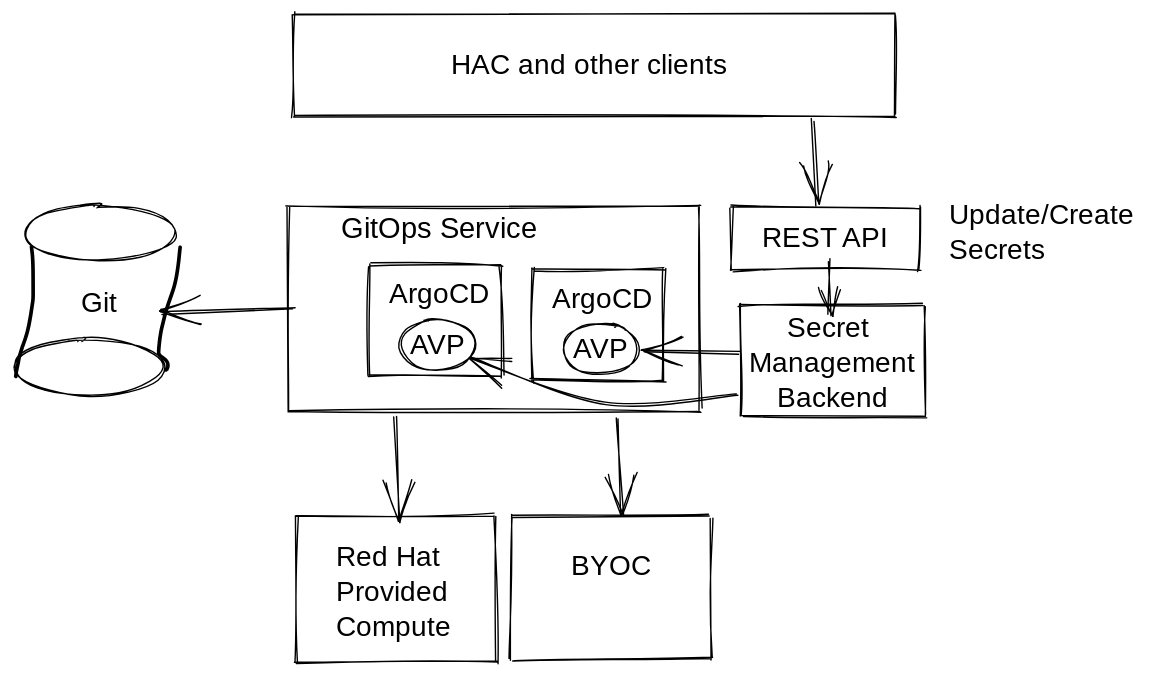
konflux-ci/architecture keeps this Excalidraw diagram as diagrams/secret-mgmt.excalidraw.svg. Above is the earlier version. Source tidied: one line per element, renumbered; positions are measured from the earlier drawing's top-left corner, leaving out a move shared by most shapes. The source it was exported from:
```json
{"id": 0, "type": "rectangle", "strokeColor": "#000000", "strokeWidth": 1, "roughness": 1, "x": 200, "y": 0, "width": 430, "height": 73}
{"id": 1, "type": "text", "text": "HAC and other clients", "strokeColor": "#000000", "strokeWidth": 1, "roughness": 1, "fontSize": 20, "fontFamily": 1, "x": 312, "y": 25, "width": 217, "height": 25}
{"id": 2, "type": "rectangle", "strokeColor": "#000000", "strokeWidth": 1, "roughness": 1, "x": 519, "y": 208, "width": 131, "height": 79}
{"id": 3, "type": "text", "text": "Secret \nManagement\nBackend", "strokeColor": "#000000", "strokeWidth": 1, "roughness": 1, "fontSize": 20, "fontFamily": 1, "textAlign": "center", "verticalAlign": "middle", "inside": 2, "x": 526, "y": 213, "width": 118, "height": 75}
{"id": 4, "type": "rectangle", "strokeColor": "#000000", "strokeWidth": 1, "roughness": 1, "x": 195, "y": 137, "width": 294, "height": 146}
{"id": 5, "type": "text", "text": "GitOps Service", "strokeColor": "#000000", "strokeWidth": 1, "roughness": 1, "fontSize": 20.4, "fontFamily": 1, "x": 233, "y": 142, "width": 149, "height": 26}
{"id": 6, "type": "arrow", "strokeColor": "#000000", "strokeWidth": 1, "roughness": 1, "endArrowhead": "arrow", "from": 0, "to": 22, "x": 570, "y": 76, "width": 4, "height": 60, "points": [[0, 0], [4, 60]]}
{"id": 7, "type": "arrow", "strokeColor": "#000000", "strokeWidth": 1, "roughness": 1, "endArrowhead": "arrow", "from": 4, "to": 25, "x": 518, "y": 242, "width": 69, "height": 1, "points": [[0, 0], [-69, -1]]}
{"id": 8, "type": "rectangle", "strokeColor": "#000000", "strokeWidth": 1, "roughness": 1, "x": 201, "y": 359, "width": 143, "height": 104}
{"id": 9, "type": "rectangle", "strokeColor": "#000000", "strokeWidth": 1, "roughness": 1, "x": 355, "y": 359, "width": 142, "height": 102}
{"id": 10, "type": "arrow", "strokeColor": "#000000", "strokeWidth": 1, "roughness": 1, "endArrowhead": "arrow", "from": 4, "to": 12, "x": 272, "y": 287, "width": 3, "height": 73, "points": [[0, 0], [3, 73]]}
{"id": 11, "type": "arrow", "strokeColor": "#000000", "strokeWidth": 1, "roughness": 1, "endArrowhead": "arrow", "from": 4, "to": 9, "x": 431, "y": 288, "width": 3, "height": 69, "points": [[0, 0], [3, 69]]}
{"id": 12, "type": "text", "text": "Red Hat\nProvided\nCompute", "strokeColor": "#000000", "strokeWidth": 1, "roughness": 1, "fontSize": 20, "fontFamily": 1, "x": 230, "y": 376, "width": 83, "height": 75}
{"id": 13, "type": "text", "text": "BYOC", "strokeColor": "#000000", "strokeWidth": 1, "roughness": 1, "fontSize": 20, "fontFamily": 1, "x": 398, "y": 383, "width": 54, "height": 25}
{"id": 14, "type": "ellipse", "strokeColor": "#000000", "strokeWidth": 1, "roughness": 1, "x": 8, "y": 137, "width": 107, "height": 40}
{"id": 15, "type": "ellipse", "strokeColor": "#000000", "strokeWidth": 1, "roughness": 1, "x": 0, "y": 233, "width": 107, "height": 40}
{"id": 16, "type": "freedraw", "strokeColor": "#000000", "strokeWidth": 1, "roughness": 1, "x": 119, "y": 167, "width": 15, "height": 89, "points": [[0, 0], [-1, 6], [-2, 14], [-3, 23], [-5, 30], [-8, 39], [-10, 46], [-12, 52], [-13, 58], [-14, 63], [-15, 69], [-15, 72], [-15, 75], [-15, 76], [-15, 77], [-13, 78], [-12, 79], [-10, 80], [-10, 81], [-10, 81], [-9, 82], [-9, 82], [-9, 83], [-9, 84], [-9, 85], [-10, 88], [-10, 89], [-10, 89], [-10, 89], [-10, 88]]}
{"id": 17, "type": "freedraw", "strokeColor": "#000000", "strokeWidth": 1, "roughness": 1, "x": 12, "y": 166, "width": 13, "height": 95, "points": [[0, 0], [1, 5], [1, 9], [1, 14], [1, 18], [1, 23], [1, 26], [1, 31], [1, 36], [1, 40], [0, 43], [0, 46], [-1, 49], [-1, 53], [-2, 55], [-2, 58], [-3, 61], [-4, 64], [-5, 67], [-5, 68], [-6, 70], [-7, 73], [-8, 75], [-8, 78], [-9, 80], [-9, 82], [-10, 84], [-10, 86], [-10, 87], [-11, 88], [-11, 89], [-11, 90], [-11, 92], [-11, 92], [-11, 93], [-11, 94], [-11, 95], [-11, 95], [-11, 94], [-11, 93], [-11, 92]]}
{"id": 18, "type": "arrow", "strokeColor": "#000000", "strokeWidth": 1, "roughness": 1, "endArrowhead": "arrow", "x": 200, "y": 210, "width": 94, "height": 4, "points": [[0, 0], [-94, 4]]}
{"id": 19, "type": "rectangle", "strokeColor": "#000000", "strokeWidth": 1, "roughness": 1, "x": 370, "y": 182, "width": 95, "height": 80}
{"id": 20, "type": "text", "text": "Git", "strokeColor": "#000000", "strokeWidth": 1, "roughness": 1, "fontSize": 20, "fontFamily": 1, "x": 48, "y": 195, "width": 33, "height": 25}
{"id": 21, "type": "text", "text": "Update/Create\nSecrets", "strokeColor": "#000000", "strokeWidth": 1, "roughness": 1, "fontSize": 20, "fontFamily": 1, "x": 668, "y": 132, "width": 150, "height": 50}
{"id": 22, "type": "rectangle", "strokeColor": "#000000", "strokeWidth": 1, "roughness": 1, "x": 512, "y": 138, "width": 135, "height": 44}
{"id": 23, "type": "text", "text": "REST API", "strokeColor": "#000000", "strokeWidth": 1, "roughness": 1, "fontSize": 20, "fontFamily": 1, "textAlign": "center", "verticalAlign": "middle", "inside": 22, "x": 527, "y": 149, "width": 105, "height": 25}
{"id": 24, "type": "arrow", "strokeColor": "#000000", "strokeWidth": 1, "roughness": 1, "endArrowhead": "arrow", "x": 582, "y": 176, "width": 0, "height": 40, "points": [[0, 0], [0, 40]]}
{"id": 25, "type": "ellipse", "strokeColor": "#000000", "strokeWidth": 1, "roughness": 1, "x": 392, "y": 221, "width": 53, "height": 37}
{"id": 26, "type": "text", "text": "AVP", "strokeColor": "#000000", "strokeWidth": 1, "roughness": 1, "fontSize": 20, "fontFamily": 1, "textAlign": "center", "verticalAlign": "middle", "inside": 25, "x": 399, "y": 228, "width": 39, "height": 25}
{"id": 27, "type": "text", "text": "ArgoCD", "strokeColor": "#000000", "strokeWidth": 1, "roughness": 1, "fontSize": 20, "fontFamily": 1, "x": 384, "y": 192, "width": 73, "height": 25}
{"id": 28, "type": "rectangle", "strokeColor": "#000000", "strokeWidth": 1, "roughness": 1, "x": 253, "y": 179, "width": 95, "height": 80}
{"id": 29, "type": "ellipse", "strokeColor": "#000000", "strokeWidth": 1, "roughness": 1, "x": 276, "y": 218, "width": 53, "height": 37}
{"id": 30, "type": "text", "text": "AVP", "strokeColor": "#000000", "strokeWidth": 1, "roughness": 1, "fontSize": 20, "fontFamily": 1, "textAlign": "center", "verticalAlign": "middle", "inside": 29, "x": 283, "y": 225, "width": 39, "height": 25}
{"id": 31, "type": "text", "text": "ArgoCD", "strokeColor": "#000000", "strokeWidth": 1, "roughness": 1, "fontSize": 20, "fontFamily": 1, "x": 268, "y": 189, "width": 73, "height": 25}
{"id": 32, "type": "arrow", "strokeColor": "#000000", "strokeWidth": 1, "roughness": 1, "endArrowhead": "arrow", "from": 4, "x": 516, "y": 272, "width": 192, "height": 33, "points": [[0, 0], [-95, 6], [-192, -27]]}
```
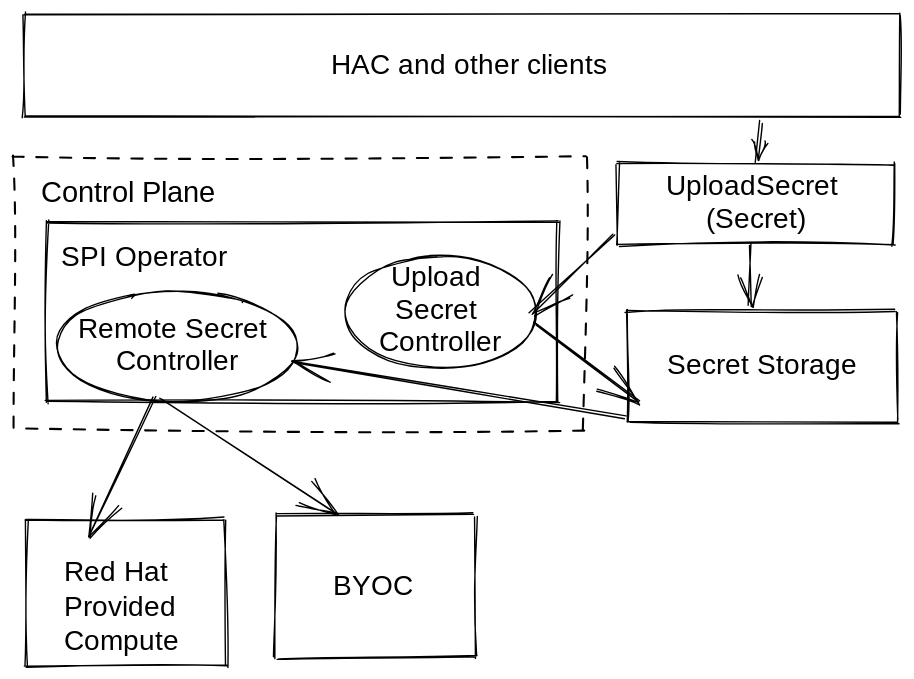
After the change.

The edit, as a diff of the source:
```diff
@@ -1,33 +1,25 @@
-{"id": 0, "type": "rectangle", "strokeColor": "#000000", "strokeWidth": 1, "roughness": 1, "x": 200, "y": 0, "width": 430, "height": 73}
+{"id": 0, "type": "rectangle", "strokeColor": "#000000", "strokeWidth": 1, "roughness": 1, "x": 89, "y": -14, "width": 626, "height": 73}
-{"id": 1, "type": "text", "text": "HAC and other clients", "strokeColor": "#000000", "strokeWidth": 1, "roughness": 1, "fontSize": 20, "fontFamily": 1, "x": 312, "y": 25, "width": 217, "height": 25}
+{"id": 1, "type": "text", "text": "HAC and other clients", "strokeColor": "#000000", "strokeWidth": 1, "roughness": 1, "fontSize": 20, "fontFamily": 1, "x": 308, "y": 11, "width": 217, "height": 25}
-{"id": 2, "type": "rectangle", "strokeColor": "#000000", "strokeWidth": 1, "roughness": 1, "x": 519, "y": 208, "width": 131, "height": 79}
+{"id": 2, "type": "rectangle", "strokeColor": "#000000", "strokeWidth": 1, "roughness": 1, "x": 520, "y": 198, "width": 192, "height": 79}
-{"id": 3, "type": "text", "text": "Secret \nManagement\nBackend", "strokeColor": "#000000", "strokeWidth": 1, "roughness": 1, "fontSize": 20, "fontFamily": 1, "textAlign": "center", "verticalAlign": "middle", "inside": 2, "x": 526, "y": 213, "width": 118, "height": 75}
+{"id": 3, "type": "text", "text": "Secret Storage", "strokeColor": "#000000", "strokeWidth": 1, "roughness": 1, "fontSize": 20, "fontFamily": 1, "textAlign": "center", "verticalAlign": "middle", "inside": 2, "x": 539, "y": 226, "width": 153, "height": 23}
-{"id": 4, "type": "rectangle", "strokeColor": "#000000", "strokeWidth": 1, "roughness": 1, "x": 195, "y": 137, "width": 294, "height": 146}
+{"id": 4, "type": "rectangle", "strokeColor": "#000000", "strokeWidth": 1, "strokeStyle": "dashed", "roughness": 1, "x": 81, "y": 88, "width": 408, "height": 195}
-{"id": 5, "type": "text", "text": "GitOps Service", "strokeColor": "#000000", "strokeWidth": 1, "roughness": 1, "fontSize": 20.4, "fontFamily": 1, "x": 233, "y": 142, "width": 149, "height": 26}
+{"id": 5, "type": "text", "text": "Control Plane", "strokeColor": "#000000", "strokeWidth": 1, "roughness": 1, "fontSize": 20.4, "fontFamily": 1, "x": 101, "y": 102, "width": 136, "height": 26}
-{"id": 6, "type": "arrow", "strokeColor": "#000000", "strokeWidth": 1, "roughness": 1, "endArrowhead": "arrow", "from": 0, "to": 22, "x": 570, "y": 76, "width": 4, "height": 60, "points": [[0, 0], [4, 60]]}
+{"id": 6, "type": "arrow", "strokeColor": "#000000", "strokeWidth": 1, "roughness": 1, "endArrowhead": "arrow", "round": true, "from": 0, "to": 22, "x": 615, "y": 63, "width": 3, "height": 28, "points": [[0, 0], [-3, 28]]}
-{"id": 7, "type": "arrow", "strokeColor": "#000000", "strokeWidth": 1, "roughness": 1, "endArrowhead": "arrow", "from": 4, "to": 25, "x": 518, "y": 242, "width": 69, "height": 1, "points": [[0, 0], [-69, -1]]}
+{"id": 7, "type": "arrow", "strokeColor": "#000000", "strokeWidth": 1, "roughness": 1, "endArrowhead": "arrow", "round": true, "from": 4, "to": 25, "x": 518, "y": 274, "width": 237, "height": 39, "points": [[0, 0], [-237, -39]]}
-{"id": 8, "type": "rectangle", "strokeColor": "#000000", "strokeWidth": 1, "roughness": 1, "x": 201, "y": 359, "width": 143, "height": 104}
+{"id": 8, "type": "rectangle", "strokeColor": "#000000", "strokeWidth": 1, "roughness": 1, "x": 90, "y": 347, "width": 143, "height": 104}
-{"id": 9, "type": "rectangle", "strokeColor": "#000000", "strokeWidth": 1, "roughness": 1, "x": 355, "y": 359, "width": 142, "height": 102}
+{"id": 9, "type": "rectangle", "strokeColor": "#000000", "strokeWidth": 1, "roughness": 1, "x": 268, "y": 344, "width": 142, "height": 102}
-{"id": 10, "type": "arrow", "strokeColor": "#000000", "strokeWidth": 1, "roughness": 1, "endArrowhead": "arrow", "from": 4, "to": 12, "x": 272, "y": 287, "width": 3, "height": 73, "points": [[0, 0], [3, 73]]}
+{"id": 10, "type": "arrow", "strokeColor": "#000000", "strokeWidth": 1, "roughness": 1, "endArrowhead": "arrow", "round": true, "to": 12, "x": 181, "y": 258, "width": 46, "height": 99, "points": [[0, 0], [-46, 99]]}
-{"id": 11, "type": "arrow", "strokeColor": "#000000", "strokeWidth": 1, "roughness": 1, "endArrowhead": "arrow", "from": 4, "to": 9, "x": 431, "y": 288, "width": 3, "height": 69, "points": [[0, 0], [3, 69]]}
+{"id": 11, "type": "arrow", "strokeColor": "#000000", "strokeWidth": 1, "roughness": 1, "endArrowhead": "arrow", "round": true, "to": 9, "x": 186, "y": 260, "width": 126, "height": 83, "points": [[0, 0], [126, 83]]}
-{"id": 12, "type": "text", "text": "Red Hat\nProvided\nCompute", "strokeColor": "#000000", "strokeWidth": 1, "roughness": 1, "fontSize": 20, "fontFamily": 1, "x": 230, "y": 376, "width": 83, "height": 75}
+{"id": 12, "type": "text", "text": "Red Hat\nProvided\nCompute", "strokeColor": "#000000", "strokeWidth": 1, "roughness": 1, "fontSize": 20, "fontFamily": 1, "x": 117, "y": 373, "width": 83, "height": 75}
-{"id": 13, "type": "text", "text": "BYOC", "strokeColor": "#000000", "strokeWidth": 1, "roughness": 1, "fontSize": 20, "fontFamily": 1, "x": 398, "y": 383, "width": 54, "height": 25}
+{"id": 13, "type": "text", "text": "BYOC", "strokeColor": "#000000", "strokeWidth": 1, "roughness": 1, "fontSize": 20, "fontFamily": 1, "x": 310, "y": 383, "width": 54, "height": 25}
-{"id": 14, "type": "ellipse", "strokeColor": "#000000", "strokeWidth": 1, "roughness": 1, "x": 8, "y": 137, "width": 107, "height": 40}
-{"id": 15, "type": "ellipse", "strokeColor": "#000000", "strokeWidth": 1, "roughness": 1, "x": 0, "y": 233, "width": 107, "height": 40}
-{"id": 16, "type": "freedraw", "strokeColor": "#000000", "strokeWidth": 1, "roughness": 1, "x": 119, "y": 167, "width": 15, "height": 89, "points": [[0, 0], [-1, 6], [-2, 14], [-3, 23], [-5, 30], [-8, 39], [-10, 46], [-12, 52], [-13, 58], [-14, 63], [-15, 69], [-15, 72], [-15, 75], [-15, 76], [-15, 77], [-13, 78], [-12, 79], [-10, 80], [-10, 81], [-10, 81], [-9, 82], [-9, 82], [-9, 83], [-9, 84], [-9, 85], [-10, 88], [-10, 89], [-10, 89], [-10, 89], [-10, 88]]}
-{"id": 17, "type": "freedraw", "strokeColor": "#000000", "strokeWidth": 1, "roughness": 1, "x": 12, "y": 166, "width": 13, "height": 95, "points": [[0, 0], [1, 5], [1, 9], [1, 14], [1, 18], [1, 23], [1, 26], [1, 31], [1, 36], [1, 40], [0, 43], [0, 46], [-1, 49], [-1, 53], [-2, 55], [-2, 58], [-3, 61], [-4, 64], [-5, 67], [-5, 68], [-6, 70], [-7, 73], [-8, 75], [-8, 78], [-9, 80], [-9, 82], [-10, 84], [-10, 86], [-10, 87], [-11, 88], [-11, 89], [-11, 90], [-11, 92], [-11, 92], [-11, 93], [-11, 94], [-11, 95], [-11, 95], [-11, 94], [-11, 93], [-11, 92]]}
-{"id": 18, "type": "arrow", "strokeColor": "#000000", "strokeWidth": 1, "roughness": 1, "endArrowhead": "arrow", "x": 200, "y": 210, "width": 94, "height": 4, "points": [[0, 0], [-94, 4]]}
-{"id": 19, "type": "rectangle", "strokeColor": "#000000", "strokeWidth": 1, "roughness": 1, "x": 370, "y": 182, "width": 95, "height": 80}
+{"id": 19, "type": "rectangle", "strokeColor": "#000000", "strokeWidth": 1, "roughness": 1, "x": 104, "y": 134, "width": 366, "height": 129}
-{"id": 20, "type": "text", "text": "Git", "strokeColor": "#000000", "strokeWidth": 1, "roughness": 1, "fontSize": 20, "fontFamily": 1, "x": 48, "y": 195, "width": 33, "height": 25}
-{"id": 21, "type": "text", "text": "Update/Create\nSecrets", "strokeColor": "#000000", "strokeWidth": 1, "roughness": 1, "fontSize": 20, "fontFamily": 1, "x": 668, "y": 132, "width": 150, "height": 50}
-{"id": 22, "type": "rectangle", "strokeColor": "#000000", "strokeWidth": 1, "roughness": 1, "x": 512, "y": 138, "width": 135, "height": 44}
+{"id": 22, "type": "rectangle", "strokeColor": "#000000", "strokeWidth": 1, "roughness": 1, "x": 512, "y": 93, "width": 198, "height": 57}
-{"id": 23, "type": "text", "text": "REST API", "strokeColor": "#000000", "strokeWidth": 1, "roughness": 1, "fontSize": 20, "fontFamily": 1, "textAlign": "center", "verticalAlign": "middle", "inside": 22, "x": 527, "y": 149, "width": 105, "height": 25}
+{"id": 23, "type": "text", "text": "UploadSecret \n(Secret)", "strokeColor": "#000000", "strokeWidth": 1, "roughness": 1, "fontSize": 20, "fontFamily": 1, "textAlign": "center", "verticalAlign": "middle", "inside": 22, "x": 541, "y": 98, "width": 140, "height": 46}
-{"id": 24, "type": "arrow", "strokeColor": "#000000", "strokeWidth": 1, "roughness": 1, "endArrowhead": "arrow", "x": 582, "y": 176, "width": 0, "height": 40, "points": [[0, 0], [0, 40]]}
+{"id": 24, "type": "arrow", "strokeColor": "#000000", "strokeWidth": 1, "roughness": 1, "endArrowhead": "arrow", "round": true, "to": 2, "x": 607, "y": 150, "width": 0, "height": 45, "points": [[0, 0], [0, 45]]}
-{"id": 25, "type": "ellipse", "strokeColor": "#000000", "strokeWidth": 1, "roughness": 1, "x": 392, "y": 221, "width": 53, "height": 37}
+{"id": 25, "type": "ellipse", "strokeColor": "#000000", "strokeWidth": 1, "roughness": 1, "x": 112, "y": 184, "width": 172, "height": 79}
-{"id": 26, "type": "text", "text": "AVP", "strokeColor": "#000000", "strokeWidth": 1, "roughness": 1, "fontSize": 20, "fontFamily": 1, "textAlign": "center", "verticalAlign": "middle", "inside": 25, "x": 399, "y": 228, "width": 39, "height": 25}
+{"id": 26, "type": "text", "text": "Remote Secret \nController", "strokeColor": "#000000", "strokeWidth": 1, "roughness": 1, "fontSize": 20, "fontFamily": 1, "textAlign": "center", "verticalAlign": "middle", "inside": 25, "x": 120, "y": 200, "width": 155, "height": 46}
-{"id": 27, "type": "text", "text": "ArgoCD", "strokeColor": "#000000", "strokeWidth": 1, "roughness": 1, "fontSize": 20, "fontFamily": 1, "x": 384, "y": 192, "width": 73, "height": 25}
+{"id": 27, "type": "text", "text": "SPI Operator", "strokeColor": "#000000", "strokeWidth": 1, "roughness": 1, "fontSize": 20, "fontFamily": 1, "x": 115, "y": 148, "width": 137, "height": 25}
-{"id": 28, "type": "rectangle", "strokeColor": "#000000", "strokeWidth": 1, "roughness": 1, "x": 253, "y": 179, "width": 95, "height": 80}
-{"id": 29, "type": "ellipse", "strokeColor": "#000000", "strokeWidth": 1, "roughness": 1, "x": 276, "y": 218, "width": 53, "height": 37}
-{"id": 30, "type": "text", "text": "AVP", "strokeColor": "#000000", "strokeWidth": 1, "roughness": 1, "fontSize": 20, "fontFamily": 1, "textAlign": "center", "verticalAlign": "middle", "inside": 29, "x": 283, "y": 225, "width": 39, "height": 25}
-{"id": 31, "type": "text", "text": "ArgoCD", "strokeColor": "#000000", "strokeWidth": 1, "roughness": 1, "fontSize": 20, "fontFamily": 1, "x": 268, "y": 189, "width": 73, "height": 25}
-{"id": 32, "type": "arrow", "strokeColor": "#000000", "strokeWidth": 1, "roughness": 1, "endArrowhead": "arrow", "from": 4, "x": 516, "y": 272, "width": 192, "height": 33, "points": [[0, 0], [-95, 6], [-192, -27]]}
+{"id": 33, "type": "ellipse", "strokeColor": "#000000", "strokeWidth": 1, "roughness": 1, "x": 317, "y": 158, "width": 137, "height": 80}
+{"id": 34, "type": "text", "text": "Upload \nSecret \nController", "strokeColor": "#000000", "strokeWidth": 1, "roughness": 1, "fontSize": 20, "fontFamily": 1, "textAlign": "center", "verticalAlign": "middle", "inside": 33, "x": 338, "y": 163, "width": 96, "height": 69}
+{"id": 35, "type": "arrow", "strokeColor": "#000000", "strokeWidth": 1, "roughness": 1, "endArrowhead": "arrow", "round": true, "from": 22, "x": 510, "y": 143, "width": 60, "height": 57, "points": [[0, 0], [-60, 57]]}
+{"id": 36, "type": "arrow", "strokeColor": "#000000", "strokeWidth": 1, "roughness": 1, "endArrowhead": "arrow", "round": true, "from": 33, "x": 454, "y": 207, "width": 74, "height": 57, "points": [[0, 0], [74, 57]]}
```
